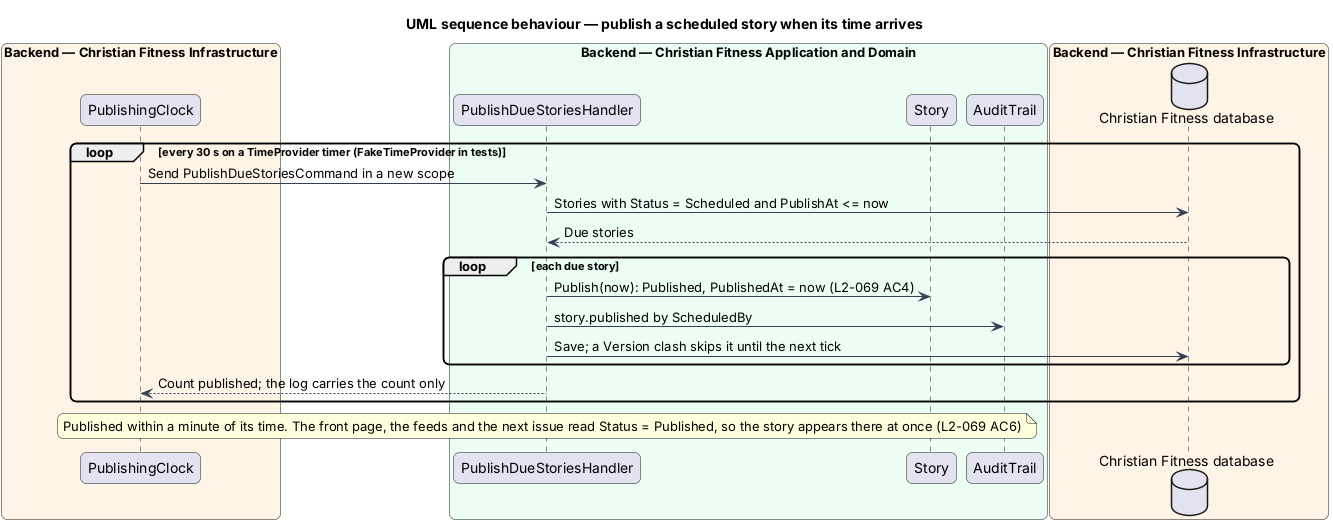
Above: docs/detailed-designs/publishing/write-review-publish-story/diagrams/sequence-scheduled-publish.png in QuinntyneBrown/christian-fitness (PlantUML), before the change. Its source is kept beside it as docs/detailed-designs/publishing/write-review-publish-story/diagrams/sequence-scheduled-publish.puml. Source of this version:
```plantuml
@startuml
title UML sequence behaviour — publish a scheduled story when its time arrives
skinparam backgroundColor #FFFFFF
skinparam shadowing false
skinparam roundcorner 12
skinparam defaultFontName Arial
skinparam ArrowColor #344054
box "Backend — Christian Fitness Infrastructure" #FFF4E5
  participant "PublishingClock" as clock
end box
box "Backend — Christian Fitness Application and Domain" #ECFDF3
  participant "PublishDueStoriesHandler" as h
  participant "Story" as story
  participant "AuditTrail" as audit
end box
box "Backend — Christian Fitness Infrastructure" #FFF4E5
  database "Christian Fitness database" as db
end box
loop every 30 s on a TimeProvider timer (FakeTimeProvider in tests)
  clock -> h : Send PublishDueStoriesCommand in a new scope
  h -> db : Stories with Status = Scheduled and PublishAt <= now
  db --> h : Due stories
  loop each due story
    h -> story : Publish(now): Published, PublishedAt = now (L2-069 AC4)
    h -> audit : story.published by ScheduledBy
    h -> db : Save; a Version clash skips it until the next tick
  end
  h --> clock : Count published; the log carries the count only
end
note over h : Published within a minute of its time. The front page, the feeds and the next issue read Status = Published, so the story appears there at once (L2-069 AC6)
@enduml
```
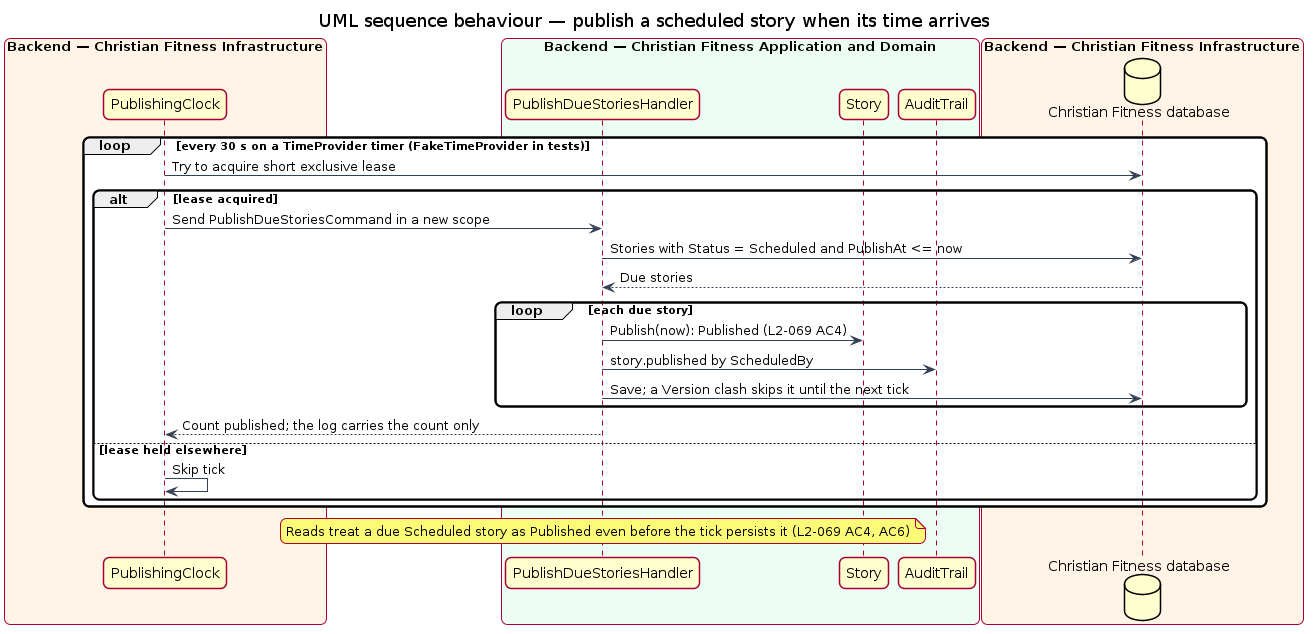
The same diagram one commit later.

Change to the diagram source:
```diff
@@ -17,15 +17,20 @@
   database "Christian Fitness database" as db
 end box
 loop every 30 s on a TimeProvider timer (FakeTimeProvider in tests)
-  clock -> h : Send PublishDueStoriesCommand in a new scope
-  h -> db : Stories with Status = Scheduled and PublishAt <= now
-  db --> h : Due stories
-  loop each due story
-    h -> story : Publish(now): Published, PublishedAt = now (L2-069 AC4)
-    h -> audit : story.published by ScheduledBy
-    h -> db : Save; a Version clash skips it until the next tick
+  clock -> db : Try to acquire short exclusive lease
+  alt lease acquired
+    clock -> h : Send PublishDueStoriesCommand in a new scope
+    h -> db : Stories with Status = Scheduled and PublishAt <= now
+    db --> h : Due stories
+    loop each due story
+      h -> story : Publish(now): Published (L2-069 AC4)
+      h -> audit : story.published by ScheduledBy
+      h -> db : Save; a Version clash skips it until the next tick
+    end
+    h --> clock : Count published; the log carries the count only
+  else lease held elsewhere
+    clock -> clock : Skip tick
   end
-  h --> clock : Count published; the log carries the count only
 end
-note over h : Published within a minute of its time. The front page, the feeds and the next issue read Status = Published, so the story appears there at once (L2-069 AC6)
+note over h : Reads treat a due Scheduled story as Published even before the tick persists it (L2-069 AC4, AC6)
 @enduml
```
